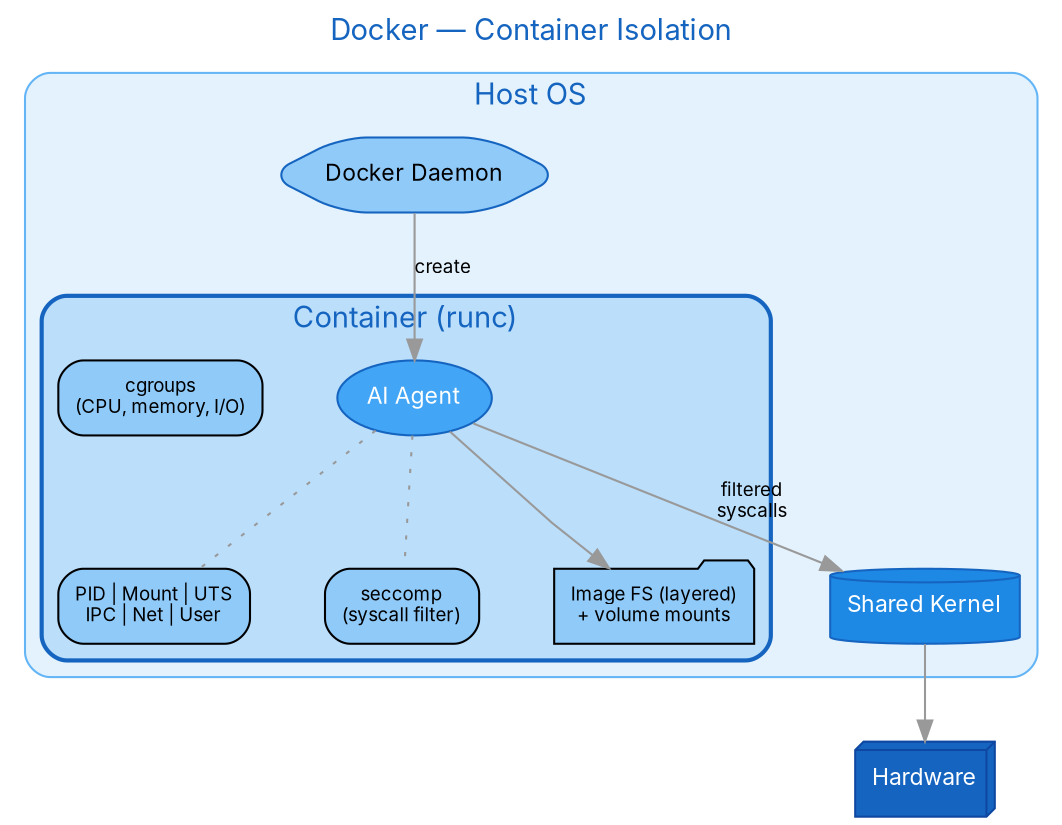
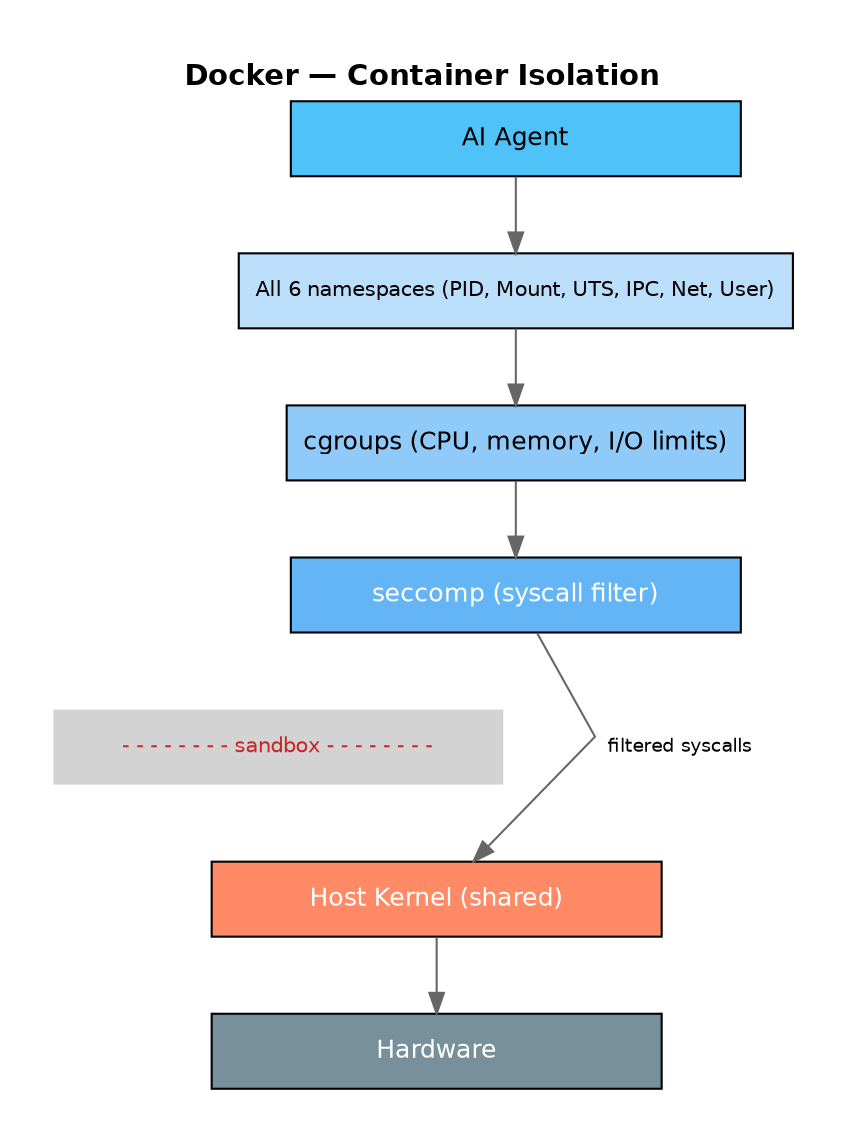
- digraph SandboxDocker {
+ digraph Docker {
  rankdir=TB;
-   splines=polyline;
-   nodesep=0.5;
-   ranksep=0.6;
+   splines=false;
+   nodesep=0.3;
+   ranksep=0.5;
  bgcolor="white";
+   margin=0.3;

-   node [shape=box, style="rounded,filled", fontname="Inter,Helvetica,Arial", fontsize=11];
-   edge [fontname="Inter,Helvetica,Arial", fontsize=9, color="#999999"];
+   node [shape=box, style="filled", fontname="Helvetica", fontsize=12, width=3, height=0.5];
+   edge [fontname="Helvetica", fontsize=9, color="#666666"];

  label="Docker — Container Isolation";
  labelloc=t;
  fontsize=14;
-   fontname="Inter,Helvetica,Arial";
-   fontcolor="#1565c0";
+   fontname="Helvetica-Bold";

-   subgraph cluster_host {
-     label="Host OS";
-     style="rounded,filled";
-     fillcolor="#e3f2fd";
-     color="#64b5f6";
+   agent [label="AI Agent", fillcolor="#4FC3F7"];
+   ns [label="All 6 namespaces (PID, Mount, UTS, IPC, Net, User)", fillcolor="#BBDEFB", fontsize=10];
+   cgroups [label="cgroups (CPU, memory, I/O limits)", fillcolor="#90CAF9"];
+   seccomp [label="seccomp (syscall filter)", fillcolor="#64B5F6", fontcolor=white];

-     dockerd [label="Docker Daemon", fillcolor="#90caf9", color="#1565c0", shape=hexagon];
+   // Sandbox boundary
+   sb_label [label="- - - - - - - - sandbox - - - - - - - -", shape=plaintext, fontsize=10, fontcolor="#C62828"];

-     subgraph cluster_container {
-       label="Container (runc)";
-       style="rounded,bold,filled";
-       fillcolor="#bbdefb";
-       color="#1565c0";
-       penwidth=2;
+   kernel [label="Host Kernel (shared)", fillcolor="#FF8A65", fontcolor=white];
+   hw [label="Hardware", fillcolor="#78909C", fontcolor=white];

-       agent [label="AI Agent", fillcolor="#42a5f5", color="#1565c0", shape=ellipse, fontcolor=white];
-       ns [label="PID | Mount | UTS\nIPC | Net | User", fillcolor="#90caf9", fontsize=9];
-       cgroups [label="cgroups\n(CPU, memory, I/O)", fillcolor="#90caf9", fontsize=9];
-       seccomp [label="seccomp\n(syscall filter)", fillcolor="#90caf9", fontsize=9];
-       fs [label="Image FS (layered)\n+ volume mounts", fillcolor="#90caf9", fontsize=9, shape=folder];
-     }
- 
-     kernel [label="Shared Kernel", fillcolor="#1e88e5", color="#1565c0", shape=cylinder, fontcolor=white];
-   }
- 
-   hw [label="Hardware", fillcolor="#1565c0", fontcolor=white, color="#0d47a1", shape=box3d];
- 
-   dockerd -> agent [label="create"];
-   agent -> ns [style=dotted, arrowhead=none];
-   agent -> seccomp [style=dotted, arrowhead=none];
-   agent -> fs;
-   agent -> kernel [label="filtered\nsyscalls"];
+   agent -> ns;
+   ns -> cgroups;
+   cgroups -> seccomp;
+   seccomp -> sb_label [style=invis];
+   sb_label -> kernel [style=invis];
+   seccomp -> kernel [label="  filtered syscalls"];
  kernel -> hw;
}
